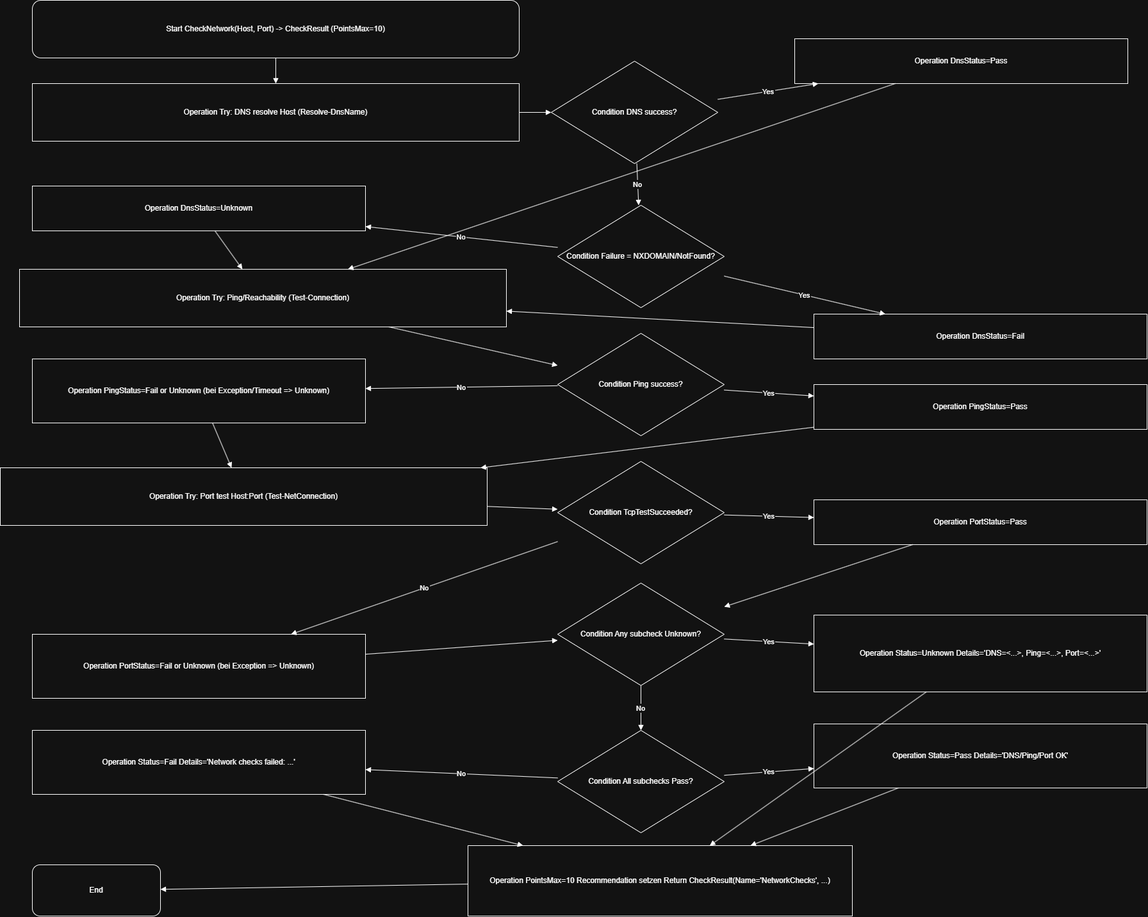
The draw.io diagram docs/flowchart/WinSecureCheck_FUNCTIONS-CheckNetwork().drawio.png in ZensykU2/ProjektM431_M122, before a commit. Source tidied: cells renumbered, new cells last; positions are measured from the earlier drawing's top-left corner, leaving out a move shared by most shapes.
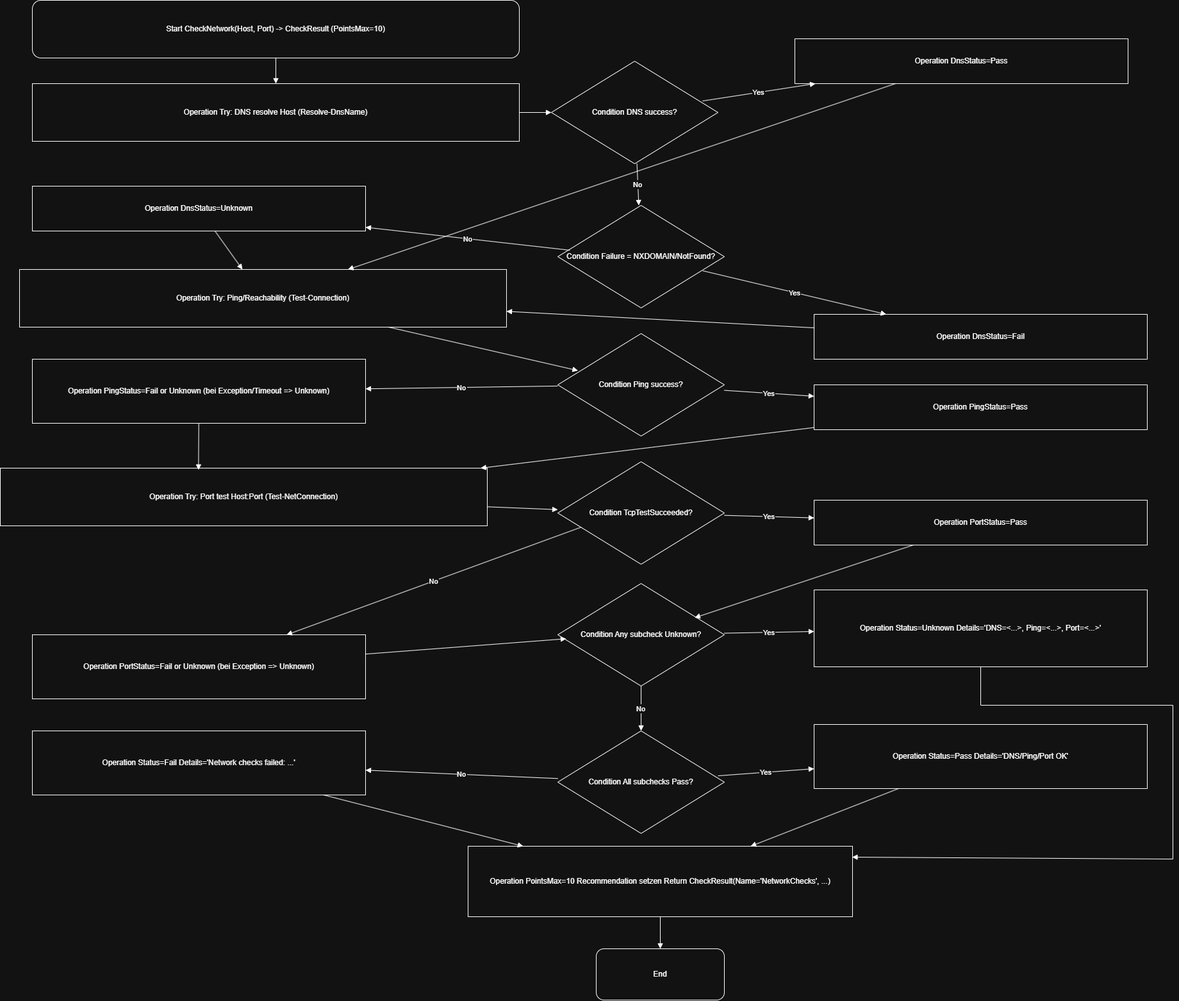
Later version of the same file.

What changed in the source:
```diff
@@ -51,7 +51,7 @@
       <mxGeometry x="870" y="910" width="260" height="160" as="geometry" />
     </mxCell>
     <mxCell id="18" value="Operation Status=Unknown Details='DNS=&lt;...&gt;, Ping=&lt;...&gt;, Port=&lt;...&gt;'" style="shape=rectangle;whiteSpace=wrap;html=0;align=center;verticalAlign=middle;" parent="1" vertex="1">
-      <mxGeometry x="1270" y="960" width="520" height="120" as="geometry" />
+      <mxGeometry x="1270" y="920" width="520" height="120" as="geometry" />
     </mxCell>
     <mxCell id="19" value="Condition All subchecks Pass?" style="shape=rhombus;whiteSpace=wrap;html=0;align=center;verticalAlign=middle;" parent="1" vertex="1">
       <mxGeometry x="870" y="1140" width="260" height="160" as="geometry" />
@@ -66,7 +66,7 @@
       <mxGeometry x="730" y="1320" width="600" height="110" as="geometry" />
     </mxCell>
     <mxCell id="23" value="End" style="shape=terminator;whiteSpace=wrap;html=0;align=center;verticalAlign=middle;rounded=1;" parent="1" vertex="1">
-      <mxGeometry x="50" y="1350" width="200" height="80" as="geometry" />
+      <mxGeometry x="930" y="1480" width="200" height="80" as="geometry" />
     </mxCell>
     <mxCell id="24" style="endArrow=block;html=0;rounded=0;" parent="1" edge="1" source="2" target="3">
       <mxGeometry relative="1" as="geometry" />
@@ -74,16 +74,16 @@
     <mxCell id="25" style="endArrow=block;html=0;rounded=0;" parent="1" edge="1" source="3" target="4">
       <mxGeometry relative="1" as="geometry" />
     </mxCell>
-    <mxCell id="26" value="Yes" style="endArrow=block;html=0;rounded=0;" parent="1" edge="1" source="4" target="5">
+    <mxCell id="26" value="Yes" style="endArrow=block;html=0;rounded=0;exitX=0.907;exitY=0.388;exitDx=0;exitDy=0;exitPerimeter=0;" parent="1" edge="1" source="4" target="5">
       <mxGeometry relative="1" as="geometry" />
     </mxCell>
     <mxCell id="27" value="No" style="endArrow=block;html=0;rounded=0;" parent="1" edge="1" source="4" target="6">
       <mxGeometry relative="1" as="geometry" />
     </mxCell>
-    <mxCell id="28" value="Yes" style="endArrow=block;html=0;rounded=0;" parent="1" edge="1" source="6" target="7">
+    <mxCell id="28" value="Yes" style="endArrow=block;html=0;rounded=0;exitX=0.871;exitY=0.638;exitDx=0;exitDy=0;exitPerimeter=0;" parent="1" edge="1" source="6" target="7">
       <mxGeometry relative="1" as="geometry" />
     </mxCell>
-    <mxCell id="29" value="No" style="endArrow=block;html=0;rounded=0;" parent="1" edge="1" source="6" target="8">
+    <mxCell id="29" value="No" style="endArrow=block;html=0;rounded=0;exitX=0.072;exitY=0.437;exitDx=0;exitDy=0;exitPerimeter=0;" parent="1" edge="1" source="6" target="8">
       <mxGeometry relative="1" as="geometry" />
     </mxCell>
     <mxCell id="30" style="endArrow=block;html=0;rounded=0;" parent="1" edge="1" source="5" target="9">
@@ -95,7 +95,7 @@
     <mxCell id="32" style="endArrow=block;html=0;rounded=0;" parent="1" edge="1" source="8" target="9">
       <mxGeometry relative="1" as="geometry" />
     </mxCell>
-    <mxCell id="33" style="endArrow=block;html=0;rounded=0;" parent="1" edge="1" source="9" target="10">
+    <mxCell id="33" style="endArrow=block;html=0;rounded=0;entryX=0.121;entryY=0.361;entryDx=0;entryDy=0;entryPerimeter=0;" parent="1" edge="1" source="9" target="10">
       <mxGeometry relative="1" as="geometry" />
     </mxCell>
     <mxCell id="34" value="Yes" style="endArrow=block;html=0;rounded=0;" parent="1" edge="1" source="10" target="11">
@@ -107,7 +107,7 @@
     <mxCell id="36" style="endArrow=block;html=0;rounded=0;" parent="1" edge="1" source="11" target="13">
       <mxGeometry relative="1" as="geometry" />
     </mxCell>
-    <mxCell id="37" style="endArrow=block;html=0;rounded=0;" parent="1" edge="1" source="12" target="13">
+    <mxCell id="37" style="endArrow=block;html=0;rounded=0;entryX=0.407;entryY=0.03;entryDx=0;entryDy=0;entryPerimeter=0;" parent="1" edge="1" source="12" target="13">
       <mxGeometry relative="1" as="geometry" />
     </mxCell>
     <mxCell id="38" style="endArrow=block;html=0;rounded=0;" parent="1" edge="1" source="13" target="14">
@@ -116,13 +116,13 @@
     <mxCell id="39" value="Yes" style="endArrow=block;html=0;rounded=0;" parent="1" edge="1" source="14" target="15">
       <mxGeometry relative="1" as="geometry" />
     </mxCell>
-    <mxCell id="40" value="No" style="endArrow=block;html=0;rounded=0;" parent="1" edge="1" source="14" target="16">
+    <mxCell id="40" value="No" style="endArrow=block;html=0;rounded=0;exitX=0.141;exitY=0.638;exitDx=0;exitDy=0;exitPerimeter=0;" parent="1" edge="1" source="14" target="16">
       <mxGeometry relative="1" as="geometry" />
     </mxCell>
-    <mxCell id="41" style="endArrow=block;html=0;rounded=0;" parent="1" edge="1" source="15" target="17">
+    <mxCell id="41" style="endArrow=block;html=0;rounded=0;entryX=0.822;entryY=0.334;entryDx=0;entryDy=0;entryPerimeter=0;" parent="1" edge="1" source="15" target="17">
       <mxGeometry relative="1" as="geometry" />
     </mxCell>
-    <mxCell id="42" style="endArrow=block;html=0;rounded=0;" parent="1" edge="1" source="16" target="17">
+    <mxCell id="42" style="endArrow=block;html=0;rounded=0;entryX=0.05;entryY=0.539;entryDx=0;entryDy=0;entryPerimeter=0;" parent="1" edge="1" source="16" target="17">
       <mxGeometry relative="1" as="geometry" />
     </mxCell>
     <mxCell id="43" value="Yes" style="endArrow=block;html=0;rounded=0;" parent="1" edge="1" source="17" target="18">
@@ -131,14 +131,20 @@
     <mxCell id="44" value="No" style="endArrow=block;html=0;rounded=0;" parent="1" edge="1" source="17" target="19">
       <mxGeometry relative="1" as="geometry" />
     </mxCell>
-    <mxCell id="45" value="Yes" style="endArrow=block;html=0;rounded=0;" parent="1" edge="1" source="19" target="20">
+    <mxCell id="45" value="Yes" style="endArrow=block;html=0;rounded=0;exitX=0.962;exitY=0.438;exitDx=0;exitDy=0;exitPerimeter=0;" parent="1" edge="1" source="19" target="20">
       <mxGeometry relative="1" as="geometry" />
     </mxCell>
     <mxCell id="46" value="No" style="endArrow=block;html=0;rounded=0;" parent="1" edge="1" source="19" target="21">
       <mxGeometry relative="1" as="geometry" />
     </mxCell>
-    <mxCell id="47" style="endArrow=block;html=0;rounded=0;" parent="1" edge="1" source="18" target="22">
-      <mxGeometry relative="1" as="geometry" />
+    <mxCell id="47" style="endArrow=block;html=0;rounded=0;entryX=0.999;entryY=0.155;entryDx=0;entryDy=0;entryPerimeter=0;" parent="1" edge="1" source="18" target="22">
+      <mxGeometry relative="1" as="geometry">
+        <Array as="points">
+          <mxPoint x="1530" y="1100" />
+          <mxPoint x="1830" y="1100" />
+          <mxPoint x="1830" y="1340" />
+        </Array>
+      </mxGeometry>
     </mxCell>
     <mxCell id="48" style="endArrow=block;html=0;rounded=0;" parent="1" edge="1" source="20" target="22">
       <mxGeometry relative="1" as="geometry" />
```
